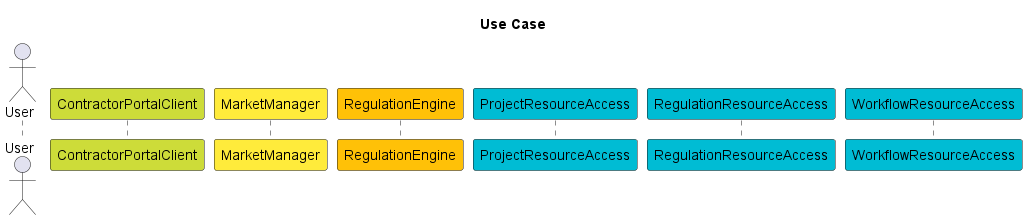
Before: sequence.png, a diagram exported from PlantUML (andygeiss/godefault).
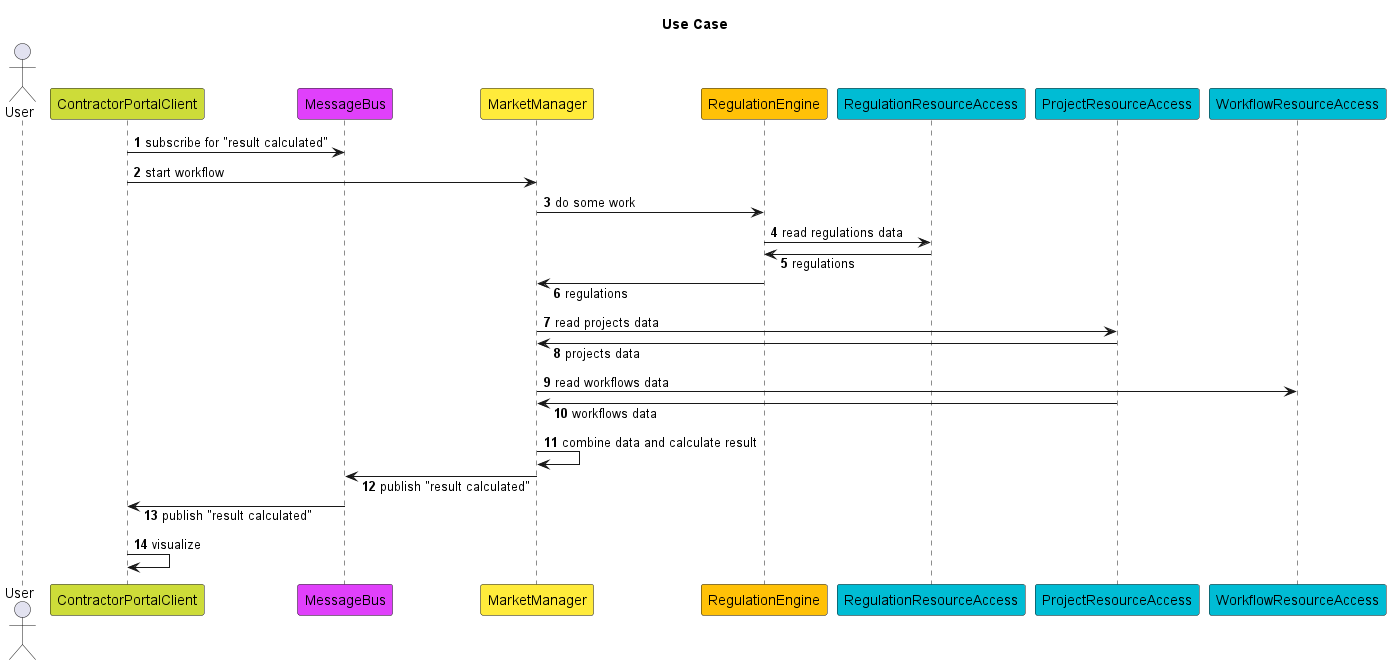
The same file after the commit.

What changed in the source:
```diff
@@ -8,10 +8,34 @@
 actor User as U
 
 participant ContractorPortalClient as C #CDDC39
+participant MessageBus as B #E040FB
 participant MarketManager as M #FFEB3B
 participant RegulationEngine as E #FFC107
-participant ProjectResourceAccess as R1 #00BCD4
-participant RegulationResourceAccess as R2 #00BCD4
+participant RegulationResourceAccess as R1 #00BCD4
+participant ProjectResourceAccess as R2 #00BCD4
 participant WorkflowResourceAccess as R3 #00BCD4
 
+C -> B: subscribe for "result calculated"
+
+C -> M: start workflow
+
+M -> E: do some work
+E -> R1: read regulations data
+R1 -> E: regulations
+E -> M: regulations
+
+M -> R2: read projects data
+R2 -> M: projects data
+
+M -> R3: read workflows data
+R2 -> M: workflows data
+
+M -> M: combine data and calculate result
+
+M -> B: publish "result calculated"
+
+B -> C: publish "result calculated"
+
+C -> C: visualize
+
 @enduml
```
